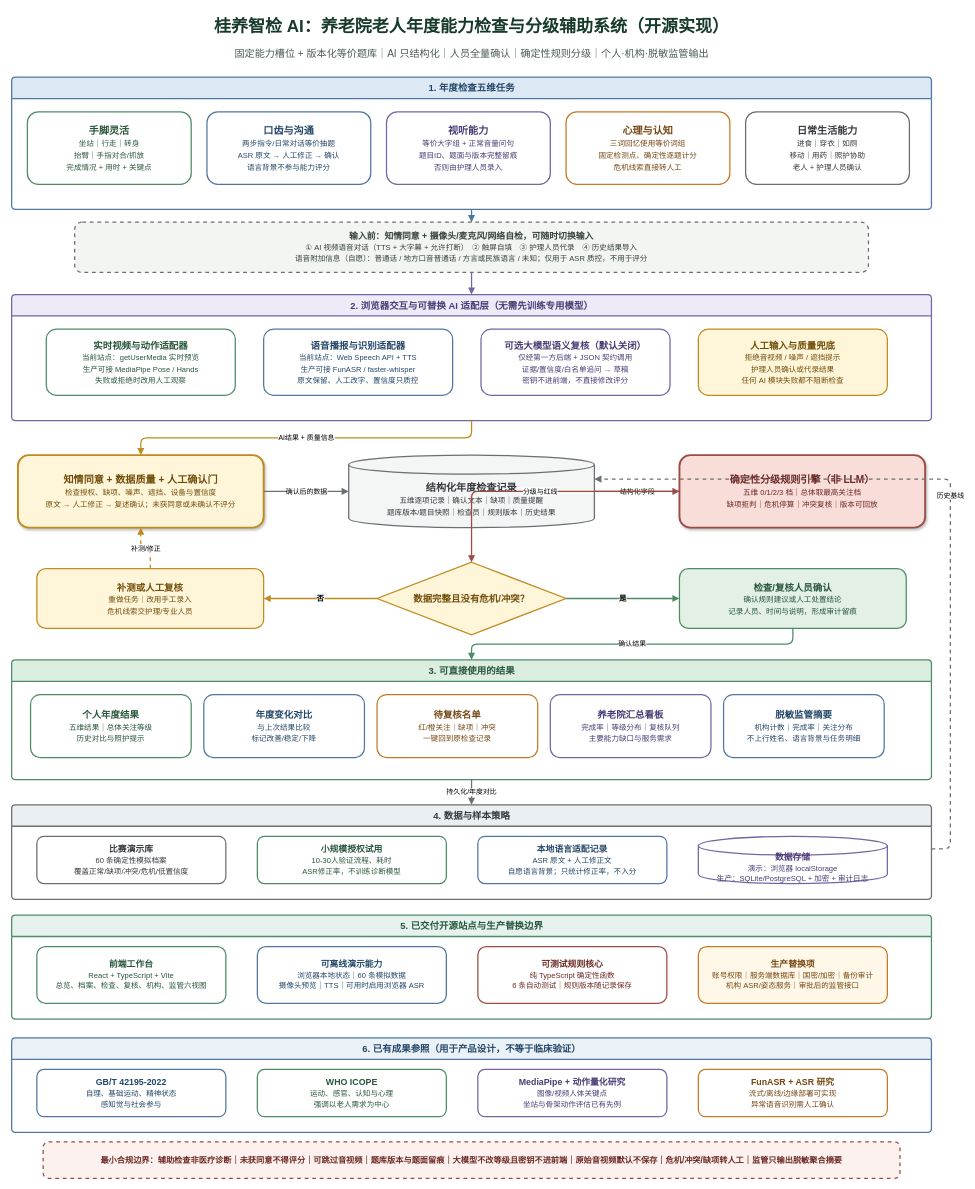
This is docs/桂养智检_AI_年度能力检查开源实现架构_V5.drawio from Ysz88/guiyang-intelligence-ai, a draw.io file, before an edit. Source tidied: cells renumbered, new cells numbered last; positions are measured from the earlier drawing's top-left corner, leaving out a move shared by most shapes. Both pictures are drawn from the tidied source at 63%, with x=0, y=0 at pixel (11, 11).
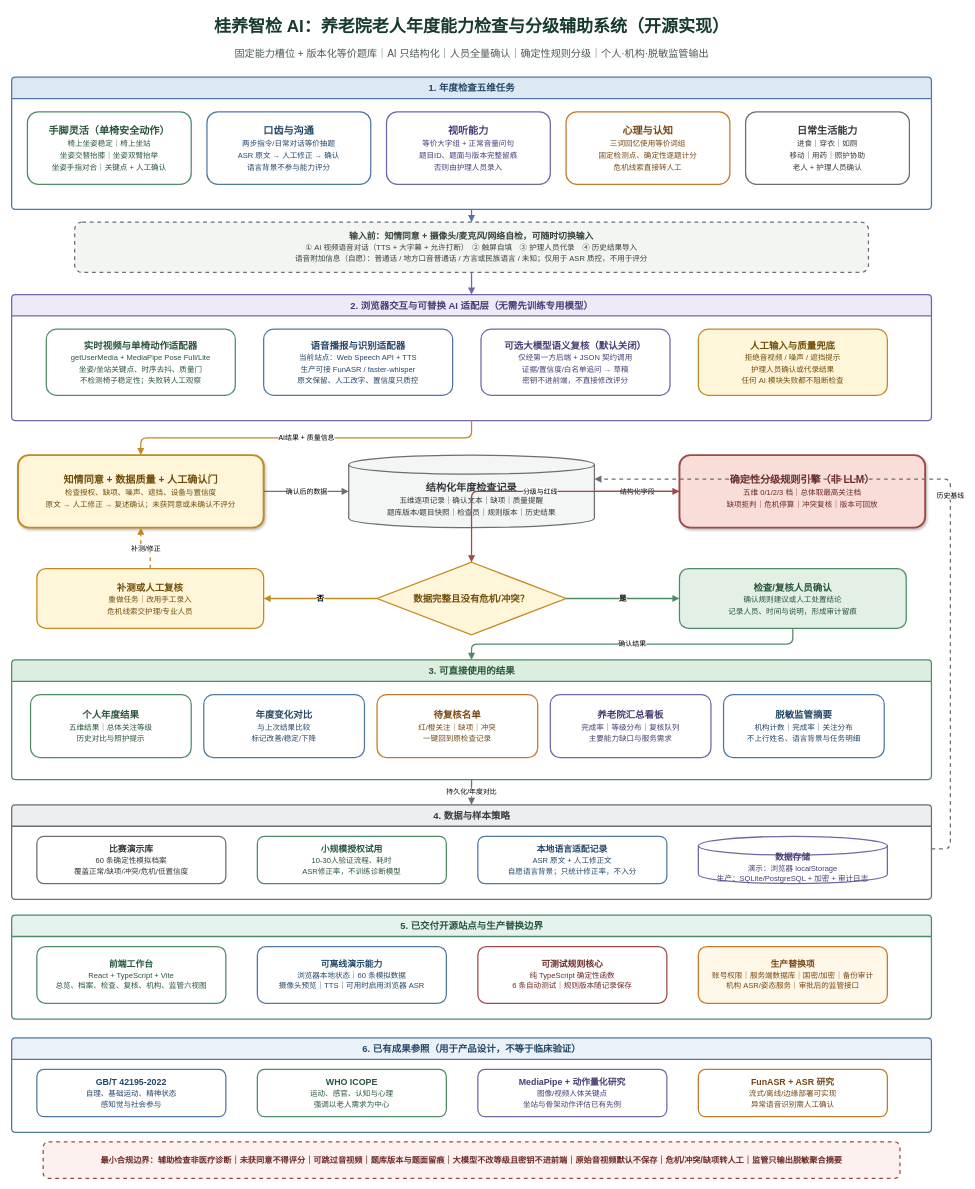
The same diagram, later.

Commit message:
Update architecture for single-chair safety actions

Unchanged cells that the change refers to:
```xml
<mxCell id="4" value="1. 年度检查五维任务" style="swimlane;html=1;startSize=34;horizontal=1;rounded=1;arcSize=6;strokeWidth=2;strokeColor=#5077A1;fillColor=#DCE9F5;fontColor=#244768;fontSize=15;fontStyle=1;" parent="1" vertex="1">
  <mxGeometry y="105" width="1460" height="210" as="geometry" />
</mxCell>
<mxCell id="11" value="2. 浏览器交互与可替换 AI 适配层（无需先训练专用模型）" style="swimlane;html=1;startSize=34;horizontal=1;rounded=1;arcSize=6;strokeWidth=2;strokeColor=#7664A5;fillColor=#EEEAF7;fontColor=#493B73;fontSize=15;fontStyle=1;" parent="1" vertex="1">
  <mxGeometry y="450" width="1460" height="200" as="geometry" />
</mxCell>
```

The edit, as a diff of the source:
```diff
@@
-    <mxCell id="5" value="&lt;b&gt;手脚灵活&lt;/b&gt;&lt;br/&gt;&lt;font style=&quot;font-size:12px&quot;&gt;坐站｜行走｜转身&lt;br/&gt;抬臂｜手指对合/抓放&lt;br/&gt;完成情况 + 用时 + 关键点&lt;/font&gt;" style="rounded=1;whiteSpace=wrap;html=1;strokeWidth=2;strokeColor=#4E8C68;fillColor=#FFFFFF;fontColor=#28553B;fontSize=16;" parent="4" vertex="1">
+    <mxCell id="5" value="&lt;b&gt;手脚灵活（单椅安全动作）&lt;/b&gt;&lt;br/&gt;&lt;font style=&quot;font-size:12px&quot;&gt;椅上坐姿稳定｜椅上坐站&lt;br/&gt;坐姿交替抬膝｜坐姿双臂抬举&lt;br/&gt;坐姿手指对合｜关键点 + 人工确认&lt;/font&gt;" style="rounded=1;whiteSpace=wrap;html=1;strokeWidth=2;strokeColor=#4E8C68;fillColor=#FFFFFF;fontColor=#28553B;fontSize=16;" parent="4" vertex="1">
       <mxGeometry x="25" y="55" width="260" height="115" as="geometry" />
     </mxCell>
@@
-    <mxCell id="12" value="&lt;b&gt;实时视频与动作适配器&lt;/b&gt;&lt;br/&gt;&lt;font style=&quot;font-size:12px&quot;&gt;当前站点：getUserMedia 实时预览&lt;br/&gt;生产可接 MediaPipe Pose / Hands&lt;br/&gt;失败或拒绝时改用人工观察&lt;/font&gt;" style="rounded=1;whiteSpace=wrap;html=1;strokeWidth=2;strokeColor=#4E8C68;fillColor=#FFFFFF;fontColor=#28553B;fontSize=15;" parent="11" vertex="1">
+    <mxCell id="12" value="&lt;b&gt;实时视频与单椅动作适配器&lt;/b&gt;&lt;br/&gt;&lt;font style=&quot;font-size:12px&quot;&gt;getUserMedia + MediaPipe Pose Full/Lite&lt;br/&gt;坐姿/坐站关键点、时序去抖、质量门&lt;br/&gt;不检测椅子稳定性；失败转人工观察&lt;/font&gt;" style="rounded=1;whiteSpace=wrap;html=1;strokeWidth=2;strokeColor=#4E8C68;fillColor=#FFFFFF;fontColor=#28553B;fontSize=15;" parent="11" vertex="1">
       <mxGeometry x="55" y="55" width="300" height="105" as="geometry" />
     </mxCell>
```
